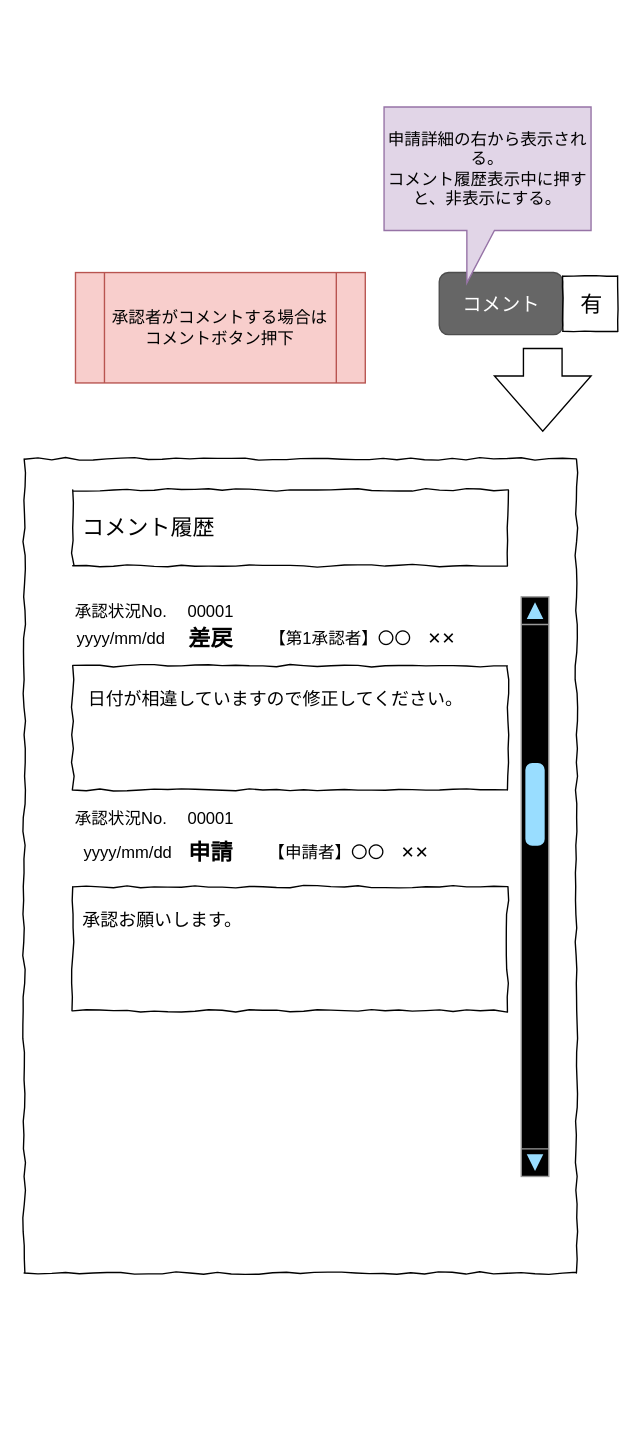
Before: page "s030コメント" (5 of 10) of docs/設計資料/01_画面/画面イメージ.drawio in haphuongnt96/Django-REST-Practice, a draw.io diagram. Source tidied: cells renumbered, new cells numbered last; positions are measured from the earlier drawing's top-left corner, leaving out a move shared by most shapes. Both pictures are drawn from the tidied source at 138%, with x=0, y=0 at pixel (23, 106).
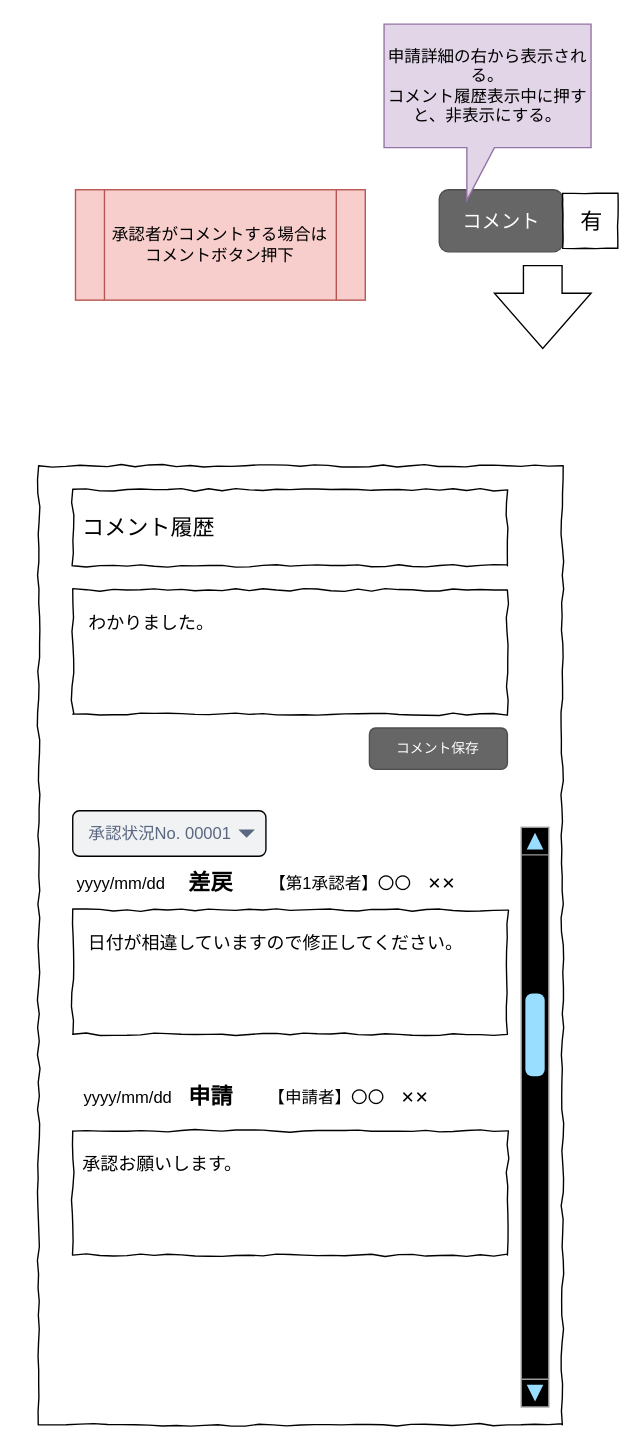
Above is the later version.

What changed in the source:
```diff
@@
     <mxCell id="2" value="承認者がコメントする場合はコメントボタン押下" style="shape=process;whiteSpace=wrap;html=1;backgroundOutline=1;fillColor=#f8cecc;strokeColor=#b85450;" parent="1" vertex="1">
-      <mxGeometry x="37.2" y="120" width="210" height="80" as="geometry" />
+      <mxGeometry x="37.2" y="60" width="210" height="80" as="geometry" />
     </mxCell>
     <mxCell id="3" value="&lt;font style=&quot;font-size: 14px&quot;&gt;コメント&lt;/font&gt;" style="rounded=1;html=1;shadow=0;dashed=0;whiteSpace=wrap;fontSize=10;fillColor=#666666;align=center;strokeColor=#4D4D4D;fontColor=#ffffff;" parent="1" vertex="1">
-      <mxGeometry x="300.8" y="120" width="89.5" height="45" as="geometry" />
+      <mxGeometry x="300.8" y="60" width="89.5" height="45" as="geometry" />
     </mxCell>
     <mxCell id="4" style="whiteSpace=wrap;html=1;rounded=0;shadow=0;labelBackgroundColor=none;strokeColor=#000000;strokeWidth=1;fillColor=none;fontFamily=Verdana;fontSize=12;fontColor=#000000;align=center;comic=1;" parent="1" vertex="1">
-      <mxGeometry x="390.2" y="122.5" width="40" height="40" as="geometry" />
+      <mxGeometry x="390.2" y="62.5" width="40" height="40" as="geometry" />
     </mxCell>
     <mxCell id="5" value="&lt;font style=&quot;font-size: 16px&quot;&gt;有&lt;/font&gt;" style="text;html=1;align=center;verticalAlign=middle;fillColor=none;strokeColor=none;rounded=0;dashed=1;fontSize=27;" parent="1" vertex="1">
-      <mxGeometry x="395.8" y="120" width="30" height="40" as="geometry" />
+      <mxGeometry x="395.8" y="60" width="30" height="40" as="geometry" />
     </mxCell>
     <mxCell id="6" style="html=1;shadow=0;dashed=0;align=center;verticalAlign=middle;shape=mxgraph.arrows2.arrow;dy=0.6;dx=40;direction=south;notch=0;" parent="1" vertex="1">
-      <mxGeometry x="340.8" y="175" width="70" height="60" as="geometry" />
+      <mxGeometry x="340.8" y="115" width="70" height="60" as="geometry" />
     </mxCell>
     <mxCell id="7" style="whiteSpace=wrap;html=1;rounded=0;shadow=0;labelBackgroundColor=none;strokeColor=#000000;strokeWidth=1;fontFamily=Verdana;fontSize=12;fontColor=#000000;align=center;comic=1;" parent="1" vertex="1">
-      <mxGeometry y="255" width="400.2" height="590" as="geometry" />
+      <mxGeometry x="10.5" y="260" width="379.5" height="695" as="geometry" />
     </mxCell>
@@
-    <mxCell id="9" value="&lt;font style=&quot;font-size: 12px&quot;&gt;00001&lt;/font&gt;" style="text;html=1;align=center;verticalAlign=middle;fillColor=none;strokeColor=none;rounded=0;dashed=1;fontSize=14;" parent="1" vertex="1">
-      <mxGeometry x="110.2" y="355" width="50" height="20" as="geometry" />
-    </mxCell>
     <mxCell id="10" value="&lt;span style=&quot;font-size: 16px;&quot;&gt;差戻&lt;/span&gt;" style="text;html=1;align=center;verticalAlign=middle;fillColor=none;strokeColor=none;rounded=0;dashed=1;fontSize=16;fontStyle=1;" parent="1" vertex="1">
-      <mxGeometry x="110.2" y="375" width="50" height="20" as="geometry" />
+      <mxGeometry x="110.2" y="552" width="50" height="20" as="geometry" />
     </mxCell>
     <mxCell id="11" value="&lt;font style=&quot;font-size: 12px&quot;&gt;yyyy/mm/dd&lt;br&gt;&lt;/font&gt;" style="text;html=1;align=center;verticalAlign=middle;fillColor=none;strokeColor=none;rounded=0;dashed=1;fontSize=14;" parent="1" vertex="1">
-      <mxGeometry x="30.2" y="375" width="80" height="20" as="geometry" />
+      <mxGeometry x="30.2" y="552" width="80" height="20" as="geometry" />
     </mxCell>
     <mxCell id="12" value="&lt;span style=&quot;font-size: 12px&quot;&gt;【第1承認者】〇〇　✕✕&lt;/span&gt;" style="text;html=1;align=center;verticalAlign=middle;fillColor=none;strokeColor=none;rounded=0;dashed=1;fontSize=14;" parent="1" vertex="1">
-      <mxGeometry x="170.2" y="375" width="150" height="20" as="geometry" />
+      <mxGeometry x="170.2" y="552" width="150" height="20" as="geometry" />
     </mxCell>
     <mxCell id="13" style="whiteSpace=wrap;html=1;rounded=0;shadow=0;labelBackgroundColor=none;strokeColor=#000000;strokeWidth=1;fillColor=none;fontFamily=Verdana;fontSize=12;fontColor=#000000;align=center;comic=1;" parent="1" vertex="1">
-      <mxGeometry x="35.2" y="405" width="315" height="90" as="geometry" />
+      <mxGeometry x="35.2" y="582" width="315" height="90" as="geometry" />
     </mxCell>
     <mxCell id="14" value="&lt;span style=&quot;font-size: 13px&quot;&gt;日付が相違していますので修正してください。&lt;/span&gt;" style="text;html=1;align=center;verticalAlign=middle;fillColor=none;strokeColor=none;rounded=0;dashed=1;fontSize=27;" parent="1" vertex="1">
-      <mxGeometry x="37.2" y="405" width="290" height="40" as="geometry" />
+      <mxGeometry x="37.2" y="582" width="290" height="40" as="geometry" />
     </mxCell>
     <mxCell id="15" value="&lt;span style=&quot;font-size: 12px&quot;&gt;【申請者】〇〇　✕✕&lt;/span&gt;" style="text;html=1;align=center;verticalAlign=middle;fillColor=none;strokeColor=none;rounded=0;dashed=1;fontSize=14;" parent="1" vertex="1">
-      <mxGeometry x="170.2" y="530" width="130" height="20" as="geometry" />
+      <mxGeometry x="170.2" y="707" width="130" height="20" as="geometry" />
     </mxCell>
     <mxCell id="16" style="whiteSpace=wrap;html=1;rounded=0;shadow=0;labelBackgroundColor=none;strokeColor=#000000;strokeWidth=1;fillColor=none;fontFamily=Verdana;fontSize=12;fontColor=#000000;align=center;comic=1;" parent="1" vertex="1">
-      <mxGeometry x="35.2" y="565" width="315" height="90" as="geometry" />
+      <mxGeometry x="35.2" y="742" width="315" height="90" as="geometry" />
     </mxCell>
     <mxCell id="17" value="&lt;font style=&quot;font-size: 13px&quot;&gt;承認お願いします。&lt;/font&gt;" style="text;html=1;align=center;verticalAlign=middle;fillColor=none;strokeColor=none;rounded=0;dashed=1;fontSize=27;" parent="1" vertex="1">
-      <mxGeometry x="35.2" y="565" width="130" height="40" as="geometry" />
+      <mxGeometry x="35.2" y="742" width="130" height="40" as="geometry" />
     </mxCell>
@@
     <mxCell id="19" style="verticalLabelPosition=bottom;shadow=0;dashed=0;align=center;html=1;verticalAlign=top;strokeWidth=1;shape=mxgraph.mockup.navigation.scrollBar;strokeColor=#999999;barPos=68.621;fillColor2=#99ddff;strokeColor2=none;direction=north;fontSize=9;fontColor=#000000;fillColor=#000000;" parent="1" vertex="1">
-      <mxGeometry x="360.2" y="355" width="10" height="420" as="geometry" />
+      <mxGeometry x="360.2" y="522" width="10" height="420" as="geometry" />
     </mxCell>
     <mxCell id="20" value="&lt;font style=&quot;font-size: 12px&quot;&gt;yyyy/mm/dd&lt;br&gt;&lt;/font&gt;" style="text;html=1;align=center;verticalAlign=middle;fillColor=none;strokeColor=none;rounded=0;dashed=1;fontSize=14;" parent="1" vertex="1">
-      <mxGeometry x="35.2" y="530" width="80" height="20" as="geometry" />
+      <mxGeometry x="35.2" y="707" width="80" height="20" as="geometry" />
     </mxCell>
     <mxCell id="21" value="申請" style="text;html=1;align=center;verticalAlign=middle;fillColor=none;strokeColor=none;rounded=0;dashed=1;fontSize=16;fontStyle=1;" parent="1" vertex="1">
-      <mxGeometry x="110.2" y="530" width="50" height="20" as="geometry" />
+      <mxGeometry x="110.2" y="707" width="50" height="20" as="geometry" />
     </mxCell>
-    <mxCell id="22" value="&lt;span style=&quot;font-size: 12px&quot;&gt;承認状況No.&lt;/span&gt;" style="text;html=1;align=center;verticalAlign=middle;fillColor=none;strokeColor=none;rounded=0;dashed=1;fontSize=14;" parent="1" vertex="1">
-      <mxGeometry x="30.2" y="355" width="80" height="20" as="geometry" />
-    </mxCell>
-    <mxCell id="23" value="&lt;span style=&quot;font-size: 12px&quot;&gt;承認状況No.&lt;/span&gt;" style="text;html=1;align=center;verticalAlign=middle;fillColor=none;strokeColor=none;rounded=0;dashed=1;fontSize=14;" parent="1" vertex="1">
-      <mxGeometry x="30.2" y="505" width="80" height="20" as="geometry" />
-    </mxCell>
-    <mxCell id="24" value="&lt;font style=&quot;font-size: 12px&quot;&gt;00001&lt;/font&gt;" style="text;html=1;align=center;verticalAlign=middle;fillColor=none;strokeColor=none;rounded=0;dashed=1;fontSize=14;" parent="1" vertex="1">
-      <mxGeometry x="110.2" y="505" width="50" height="20" as="geometry" />
-    </mxCell>
     <mxCell id="25" value="申請詳細の右から表示される。&lt;br&gt;コメント履歴表示中に押すと、非表示にする。" style="shape=callout;whiteSpace=wrap;html=1;perimeter=calloutPerimeter;fillColor=#e1d5e7;strokeColor=#9673a6;size=38;position=0.4;position2=0.4;base=20;" parent="1" vertex="1">
-      <mxGeometry x="260.8" width="150" height="127.5" as="geometry" />
+      <mxGeometry x="260.8" y="-60" width="150" height="127.5" as="geometry" />
     </mxCell>
+    <mxCell id="26" value="コメント保存" style="rounded=1;html=1;shadow=0;dashed=0;whiteSpace=wrap;fontSize=10;fillColor=#666666;align=center;strokeColor=#4D4D4D;fontColor=#ffffff;" parent="1" vertex="1">
+      <mxGeometry x="250.2" y="450" width="100" height="30" as="geometry" />
+    </mxCell>
+    <mxCell id="27" style="whiteSpace=wrap;html=1;rounded=0;shadow=0;labelBackgroundColor=none;strokeColor=#000000;strokeWidth=1;fillColor=none;fontFamily=Verdana;fontSize=12;fontColor=#000000;align=center;comic=1;" parent="1" vertex="1">
+      <mxGeometry x="35.2" y="350" width="315" height="90" as="geometry" />
+    </mxCell>
+    <mxCell id="28" value="承認状況No. 00001" style="rounded=1;fillColor=#F1F2F4;strokeColor=default;html=1;fontColor=#596780;align=left;fontSize=12;spacingLeft=10;sketch=0;" parent="1" vertex="1">
+      <mxGeometry x="35.2" y="510" width="140" height="33" as="geometry" />
+    </mxCell>
+    <mxCell id="29" style="shape=triangle;direction=south;fillColor=#596780;strokeColor=none;html=1;sketch=0;" parent="28" vertex="1">
+      <mxGeometry x="1" y="0.5" width="12" height="6" relative="1" as="geometry">
+        <mxPoint x="-20" y="-3" as="offset" />
+      </mxGeometry>
+    </mxCell>
+    <mxCell id="30" value="&lt;span style=&quot;font-size: 13px&quot;&gt;わかりました。&lt;/span&gt;" style="text;html=1;align=center;verticalAlign=middle;fillColor=none;strokeColor=none;rounded=0;dashed=1;fontSize=27;" parent="1" vertex="1">
+      <mxGeometry x="37.2" y="350" width="110" height="40" as="geometry" />
+    </mxCell>
```
